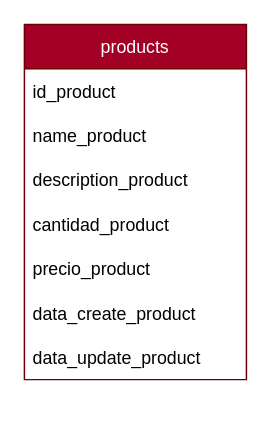
This is page "products" (2 of 3) of backend/data/tablas.drawio from SRomero21/Deliveries, a draw.io file, before an edit. Source tidied: cells renumbered, new cells numbered last; positions are measured from the earlier drawing's top-left corner, leaving out a move shared by most shapes. Both pictures are drawn from the tidied source at 148%, with x=0, y=0 at pixel (24, 24).
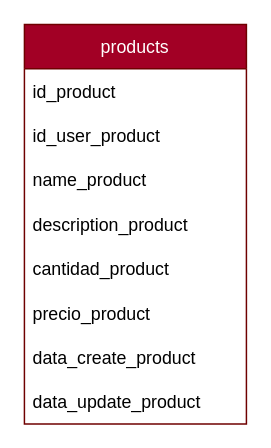
Above is the later version.

Commit message (it also covers changes not shown here):
Mas cambios

What changed in the source:
```diff
@@
 <mxGraphModel>
   <root>
     <mxCell id="0" />
     <mxCell id="1" parent="0" />
     <mxCell id="2" value="products" style="swimlane;fontStyle=0;horizontal=1;startSize=30;fillColor=#a20025;fontColor=#ffffff;strokeColor=#6F0000;" parent="1" vertex="1">
-      <mxGeometry width="150" height="240" as="geometry" />
+      <mxGeometry width="150" height="270" as="geometry" />
     </mxCell>
     <mxCell id="3" value="id_product" style="text;strokeColor=none;fillColor=none;align=left;verticalAlign=middle;spacingLeft=4;spacingRight=4;overflow=hidden;" parent="2" vertex="1">
       <mxGeometry y="30" width="150" height="30" as="geometry" />
     </mxCell>
+    <mxCell id="10" value="id_user_product" style="text;strokeColor=none;fillColor=none;align=left;verticalAlign=middle;spacingLeft=4;spacingRight=4;overflow=hidden;" parent="2" vertex="1">
+      <mxGeometry y="60" width="150" height="30" as="geometry" />
+    </mxCell>
     <mxCell id="4" value="name_product" style="text;strokeColor=none;fillColor=none;align=left;verticalAlign=middle;spacingLeft=4;spacingRight=4;overflow=hidden;" parent="2" vertex="1">
-      <mxGeometry y="60" width="150" height="30" as="geometry" />
+      <mxGeometry y="90" width="150" height="30" as="geometry" />
     </mxCell>
     <mxCell id="5" value="description_product" style="text;strokeColor=none;fillColor=none;align=left;verticalAlign=middle;spacingLeft=4;spacingRight=4;overflow=hidden;" parent="2" vertex="1">
-      <mxGeometry y="90" width="150" height="30" as="geometry" />
+      <mxGeometry y="120" width="150" height="30" as="geometry" />
     </mxCell>
     <mxCell id="6" value="cantidad_product" style="text;strokeColor=none;fillColor=none;align=left;verticalAlign=middle;spacingLeft=4;spacingRight=4;overflow=hidden;" parent="2" vertex="1">
-      <mxGeometry y="120" width="150" height="30" as="geometry" />
+      <mxGeometry y="150" width="150" height="30" as="geometry" />
     </mxCell>
     <mxCell id="7" value="precio_product" style="text;strokeColor=none;fillColor=none;align=left;verticalAlign=middle;spacingLeft=4;spacingRight=4;overflow=hidden;" parent="2" vertex="1">
-      <mxGeometry y="150" width="150" height="30" as="geometry" />
+      <mxGeometry y="180" width="150" height="30" as="geometry" />
     </mxCell>
     <mxCell id="8" value="data_create_product" style="text;strokeColor=none;fillColor=none;align=left;verticalAlign=middle;spacingLeft=4;spacingRight=4;overflow=hidden;" parent="2" vertex="1">
-      <mxGeometry y="180" width="150" height="30" as="geometry" />
+      <mxGeometry y="210" width="150" height="30" as="geometry" />
     </mxCell>
     <mxCell id="9" value="data_update_product" style="text;strokeColor=none;fillColor=none;align=left;verticalAlign=middle;spacingLeft=4;spacingRight=4;overflow=hidden;" parent="2" vertex="1">
-      <mxGeometry y="210" width="150" height="30" as="geometry" />
+      <mxGeometry y="240" width="150" height="30" as="geometry" />
     </mxCell>
   </root>
 </mxGraphModel>
```
